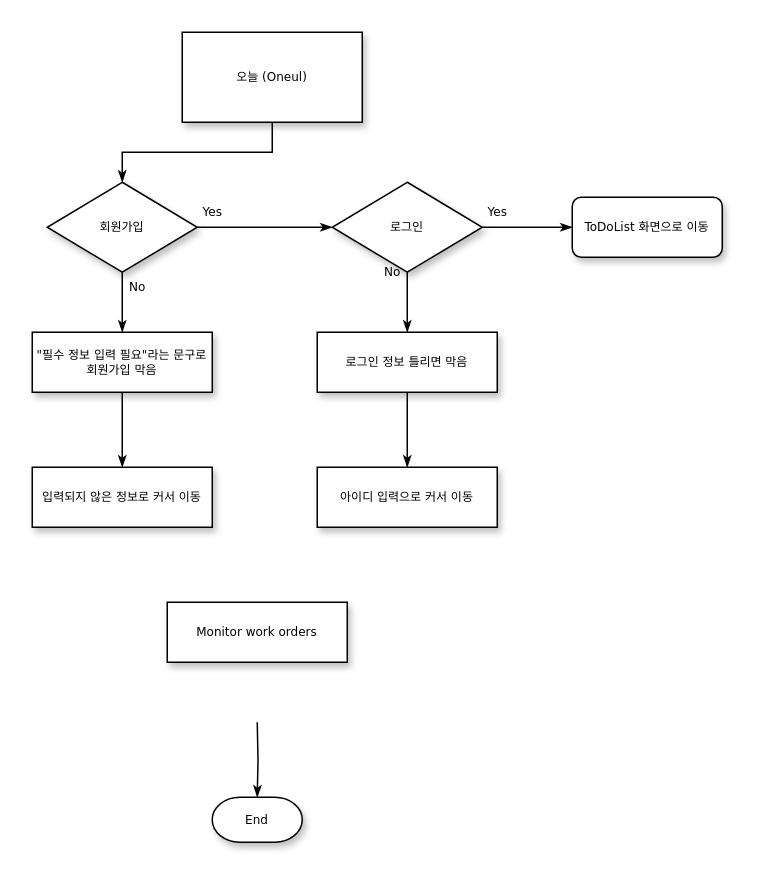
Above: 제목 없는 다이어그램.drawio in wony0321/ToDoList (draw.io), before the change. Source tidied: cells renumbered, new cells numbered last; positions are measured from the earlier drawing's top-left corner, leaving out a move shared by most shapes. Both pictures are drawn from the tidied source at 150%, with x=0, y=0 at pixel (32, 32).
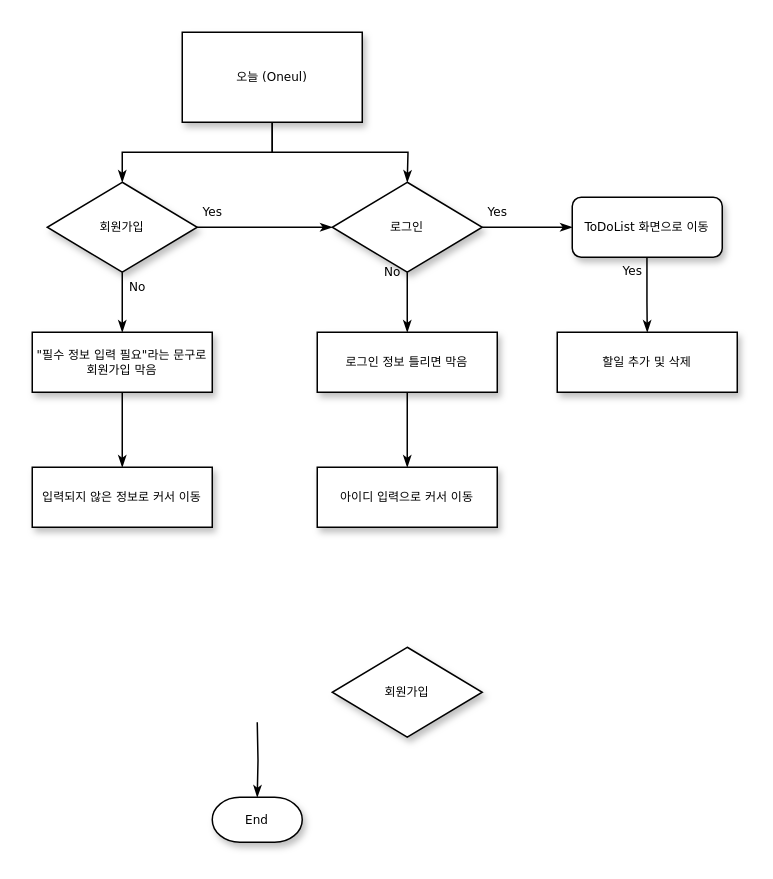
Above is the later version.

Commit message:
제목 없는 다이어그램.drawio 업데이트

Unchanged cells that the change refers to:
```xml
<mxCell id="3" value="오늘 (Oneul)" style="rounded=0;whiteSpace=wrap;html=1;shadow=1;labelBackgroundColor=none;strokeWidth=1;fontFamily=Verdana;fontSize=8;align=center;" parent="1" vertex="1">
  <mxGeometry x="100" width="120" height="60" as="geometry" />
</mxCell>
```

The edit, as a diff of the source:
```diff
@@
-    <mxCell id="17" value="Monitor work orders" style="whiteSpace=wrap;html=1;rounded=0;shadow=1;labelBackgroundColor=none;strokeWidth=1;fontFamily=Verdana;fontSize=8;align=center;" parent="1" vertex="1">
-      <mxGeometry x="90" y="380" width="120" height="40" as="geometry" />
+    <mxCell id="17" value="할일 추가 및 삭제" style="whiteSpace=wrap;html=1;rounded=0;shadow=1;labelBackgroundColor=none;strokeWidth=1;fontFamily=Verdana;fontSize=8;align=center;" parent="1" vertex="1">
+      <mxGeometry x="350" y="200" width="120" height="40" as="geometry" />
     </mxCell>
@@
+    <mxCell id="20" style="edgeStyle=orthogonalEdgeStyle;rounded=0;html=1;labelBackgroundColor=none;startSize=5;endArrow=classicThin;endFill=1;endSize=5;jettySize=auto;strokeWidth=1;fontFamily=Verdana;fontSize=8;exitX=0.5;exitY=1;exitDx=0;exitDy=0;" parent="1" edge="1" source="3">
+      <mxGeometry relative="1" as="geometry">
+        <mxPoint x="250" y="100" as="targetPoint" />
+      </mxGeometry>
+    </mxCell>
+    <mxCell id="21" value="Yes" style="edgeStyle=orthogonalEdgeStyle;rounded=0;html=1;labelBackgroundColor=none;startSize=5;endArrow=classicThin;endFill=1;endSize=5;jettySize=auto;orthogonalLoop=1;strokeWidth=1;fontFamily=Verdana;fontSize=8;" parent="1" edge="1">
+      <mxGeometry x="-0.63" y="-10" relative="1" as="geometry">
+        <mxPoint x="409.8" y="150" as="sourcePoint" />
+        <mxPoint x="410" y="200" as="targetPoint" />
+        <Array as="points">
+          <mxPoint x="410" y="180" />
+          <mxPoint x="410" y="180" />
+        </Array>
+      </mxGeometry>
+    </mxCell>
+    <mxCell id="22" value="회원가입" style="rhombus;whiteSpace=wrap;html=1;rounded=0;shadow=1;labelBackgroundColor=none;strokeWidth=1;fontFamily=Verdana;fontSize=8;align=center;" parent="1" vertex="1">
+      <mxGeometry x="200" y="410" width="100" height="60" as="geometry" />
+    </mxCell>
```
